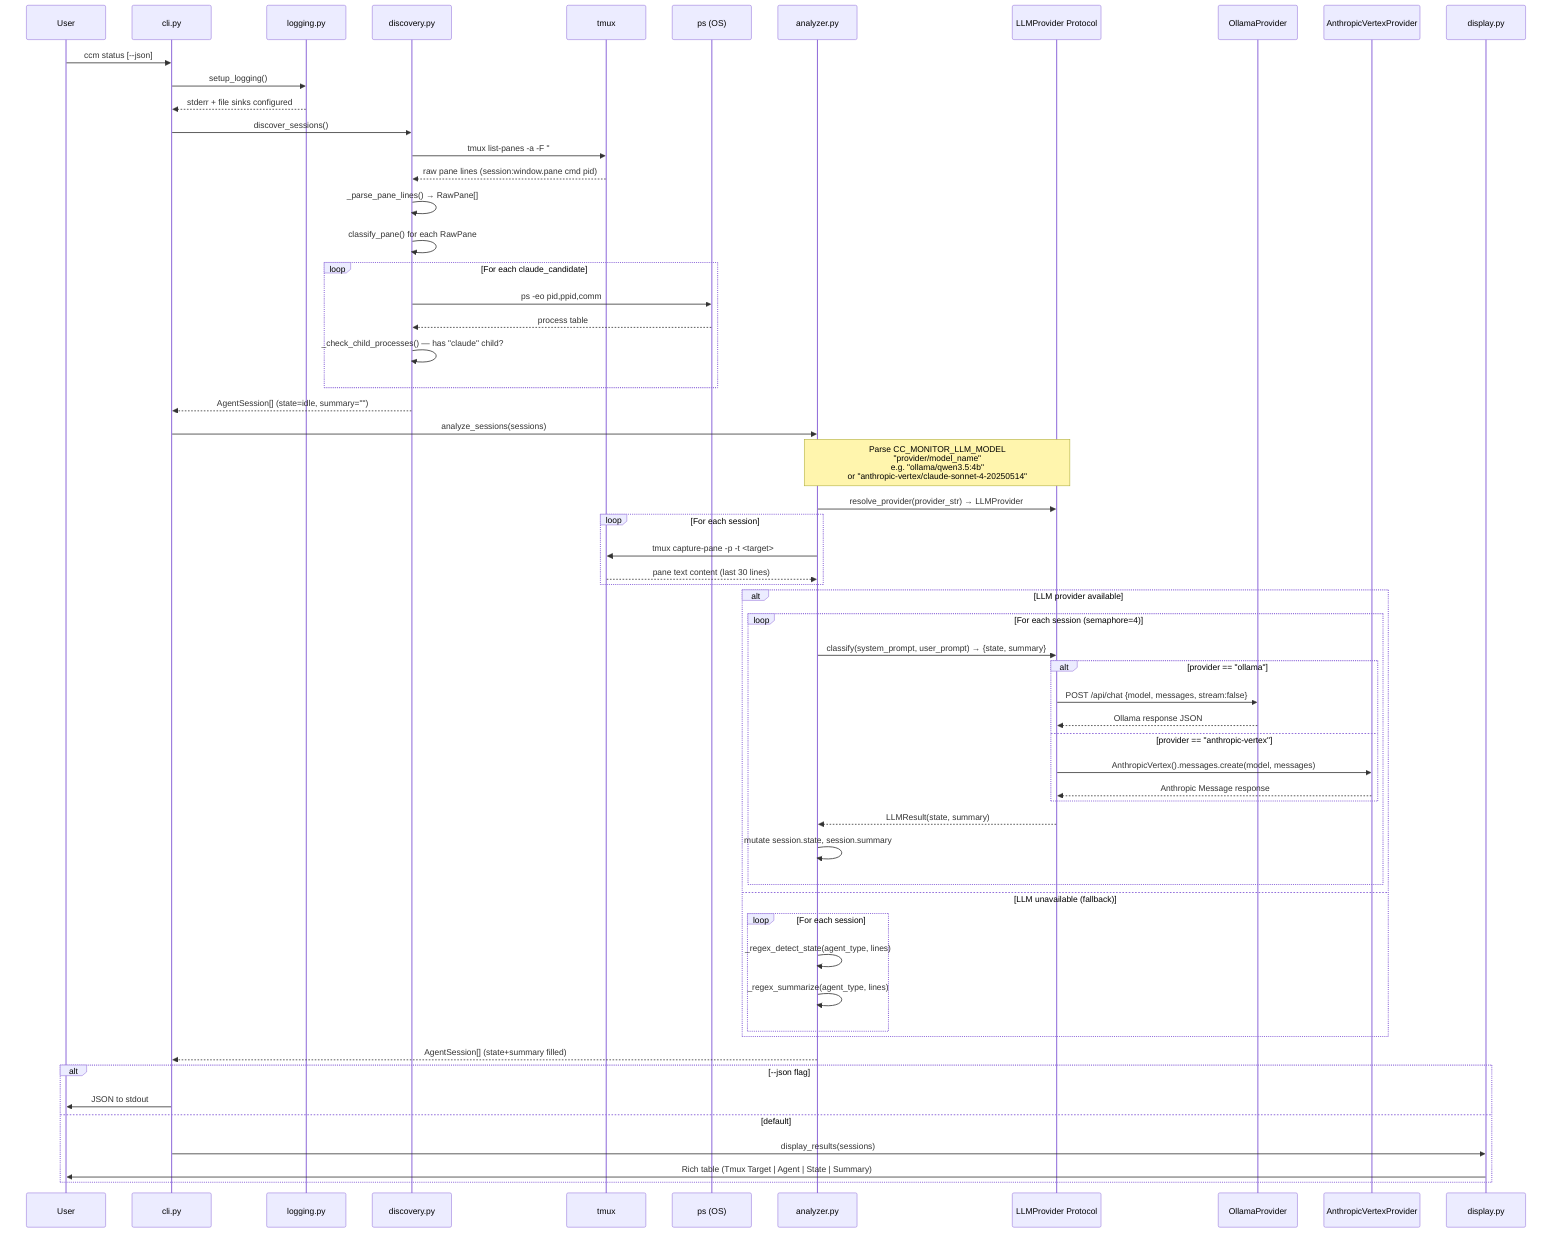
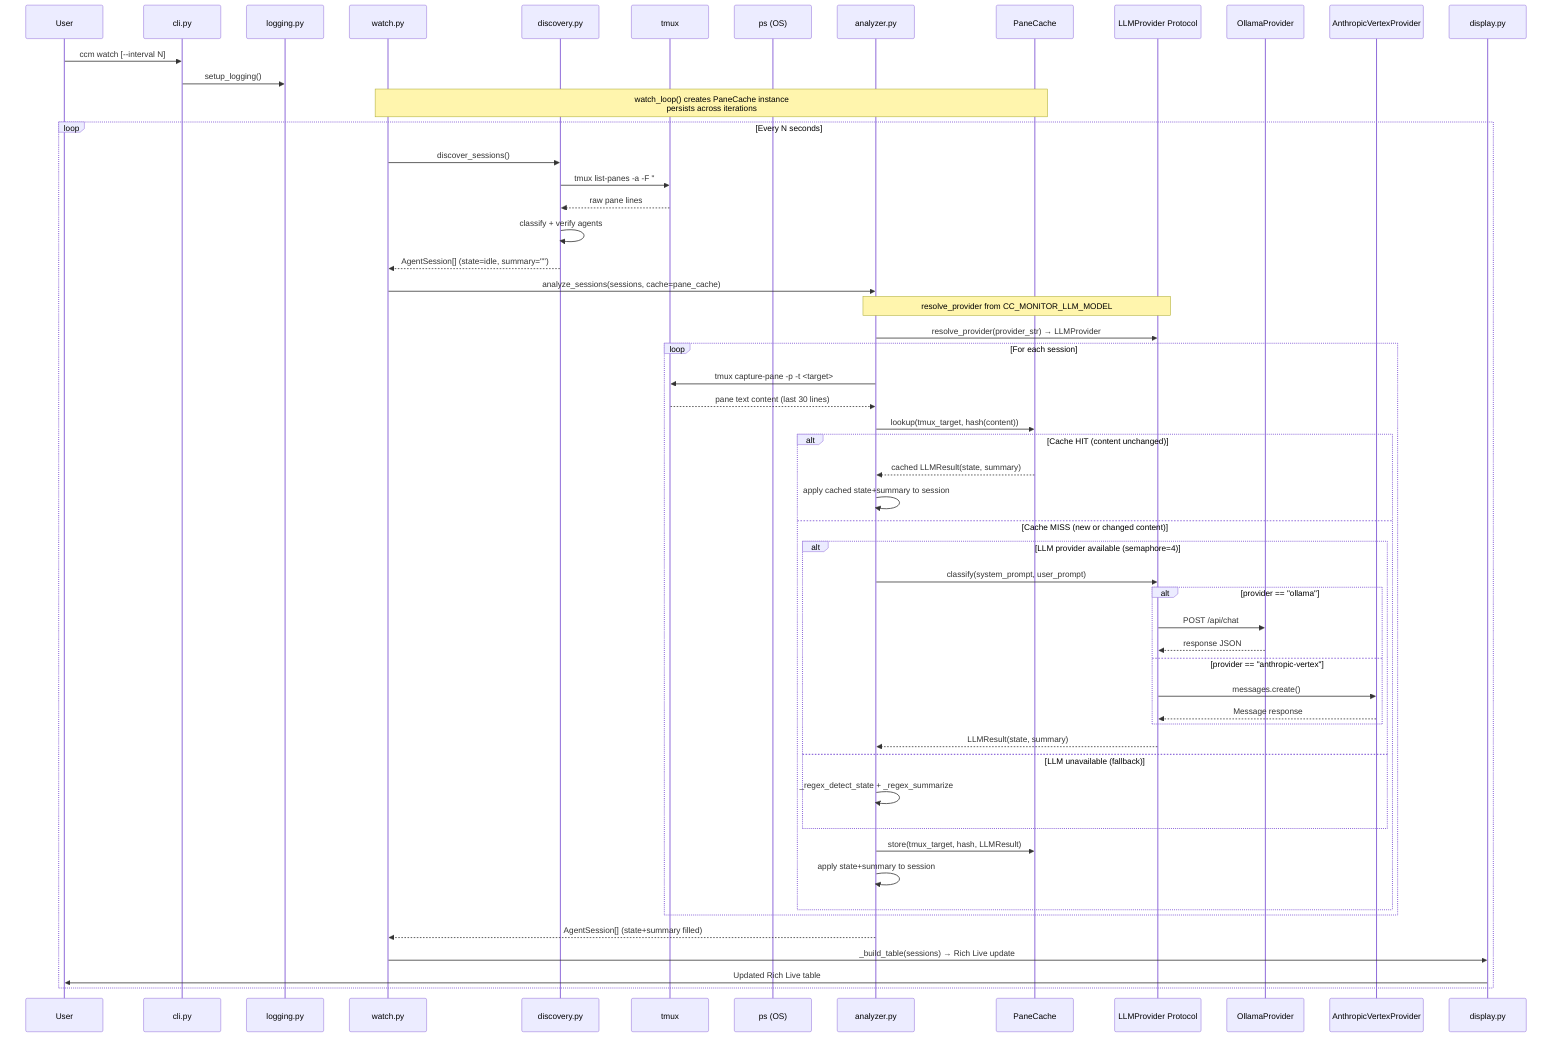
- %% Data Flow Sequence — ccm status pipeline
- %% Shows the happy path from CLI invocation to output
- %% Includes LLM provider abstraction layer (Protocol-based)
+ %% Data Flow Sequence — ccm watch pipeline (with pane content cache)
+ %% Shows watch mode with hash-based cache to skip redundant LLM calls
+ %% status mode is identical but without the outer loop and without cache

sequenceDiagram
    participant User
    participant CLI as cli.py
    participant Log as logging.py
+     participant Watch as watch.py
    participant Disc as discovery.py
    participant Tmux as tmux
    participant PS as ps (OS)
    participant Anlz as analyzer.py
+     participant Cache as PaneCache
    participant Adapter as LLMProvider Protocol
    participant Ollama as OllamaProvider
    participant Vertex as AnthropicVertexProvider
    participant Disp as display.py

-     User->>CLI: ccm status [--json]
+     User->>CLI: ccm watch [--interval N]
    CLI->>Log: setup_logging()
-     Log-->>CLI: stderr + file sinks configured
+     Note over Watch,Cache: watch_loop() creates PaneCache instance<br/>persists across iterations

-     CLI->>Disc: discover_sessions()
-     Disc->>Tmux: tmux list-panes -a -F "#{session_name}:..."
-     Tmux-->>Disc: raw pane lines (session:window.pane cmd pid)
-     Disc->>Disc: _parse_pane_lines() → RawPane[]
-     Disc->>Disc: classify_pane() for each RawPane
+     loop Every N seconds
+         Watch->>Disc: discover_sessions()
+         Disc->>Tmux: tmux list-panes -a -F "#{session_name}:..."
+         Tmux-->>Disc: raw pane lines
+         Disc->>Disc: classify + verify agents
+         Disc-->>Watch: AgentSession[] (state=idle, summary="")

-     loop For each claude_candidate
-         Disc->>PS: ps -eo pid,ppid,comm
-         PS-->>Disc: process table
-         Disc->>Disc: _check_child_processes() — has "claude" child?
+         Watch->>Anlz: analyze_sessions(sessions, cache=pane_cache)
+ 
+         Note over Anlz,Adapter: resolve_provider from CC_MONITOR_LLM_MODEL
+         Anlz->>Adapter: resolve_provider(provider_str) → LLMProvider
+ 
+         loop For each session
+             Anlz->>Tmux: tmux capture-pane -p -t <target>
+             Tmux-->>Anlz: pane text content (last 30 lines)
+             Anlz->>Cache: lookup(tmux_target, hash(content))
+ 
+             alt Cache HIT (content unchanged)
+                 Cache-->>Anlz: cached LLMResult(state, summary)
+                 Anlz->>Anlz: apply cached state+summary to session
+             else Cache MISS (new or changed content)
+                 alt LLM provider available (semaphore=4)
+                     Anlz->>Adapter: classify(system_prompt, user_prompt)
+ 
+                     alt provider == "ollama"
+                         Adapter->>Ollama: POST /api/chat
+                         Ollama-->>Adapter: response JSON
+                     else provider == "anthropic-vertex"
+                         Adapter->>Vertex: messages.create()
+                         Vertex-->>Adapter: Message response
+                     end
+ 
+                     Adapter-->>Anlz: LLMResult(state, summary)
+                 else LLM unavailable (fallback)
+                     Anlz->>Anlz: _regex_detect_state + _regex_summarize
+                 end
+ 
+                 Anlz->>Cache: store(tmux_target, hash, LLMResult)
+                 Anlz->>Anlz: apply state+summary to session
+             end
+         end
+ 
+         Anlz-->>Watch: AgentSession[] (state+summary filled)
+         Watch->>Disp: _build_table(sessions) → Rich Live update
+         Disp->>User: Updated Rich Live table
    end
- 
-     Disc-->>CLI: AgentSession[] (state=idle, summary="")
- 
-     CLI->>Anlz: analyze_sessions(sessions)
- 
-     Note over Anlz,Adapter: Parse CC_MONITOR_LLM_MODEL<br/>"provider/model_name"<br/>e.g. "ollama/qwen3.5:4b"<br/>or "anthropic-vertex/claude-sonnet-4-20250514"
-     Anlz->>Adapter: resolve_provider(provider_str) → LLMProvider
- 
-     loop For each session
-         Anlz->>Tmux: tmux capture-pane -p -t <target>
-         Tmux-->>Anlz: pane text content (last 30 lines)
-     end
- 
-     alt LLM provider available
-         loop For each session (semaphore=4)
-             Anlz->>Adapter: classify(system_prompt, user_prompt) → {state, summary}
- 
-             alt provider == "ollama"
-                 Adapter->>Ollama: POST /api/chat {model, messages, stream:false}
-                 Ollama-->>Adapter: Ollama response JSON
-             else provider == "anthropic-vertex"
-                 Adapter->>Vertex: AnthropicVertex().messages.create(model, messages)
-                 Vertex-->>Adapter: Anthropic Message response
-             end
- 
-             Adapter-->>Anlz: LLMResult(state, summary)
-             Anlz->>Anlz: mutate session.state, session.summary
-         end
-     else LLM unavailable (fallback)
-         loop For each session
-             Anlz->>Anlz: _regex_detect_state(agent_type, lines)
-             Anlz->>Anlz: _regex_summarize(agent_type, lines)
-         end
-     end
- 
-     Anlz-->>CLI: AgentSession[] (state+summary filled)
- 
-     alt --json flag
-         CLI->>User: JSON to stdout
-     else default
-         CLI->>Disp: display_results(sessions)
-         Disp->>User: Rich table (Tmux Target | Agent | State | Summary)
-     end
